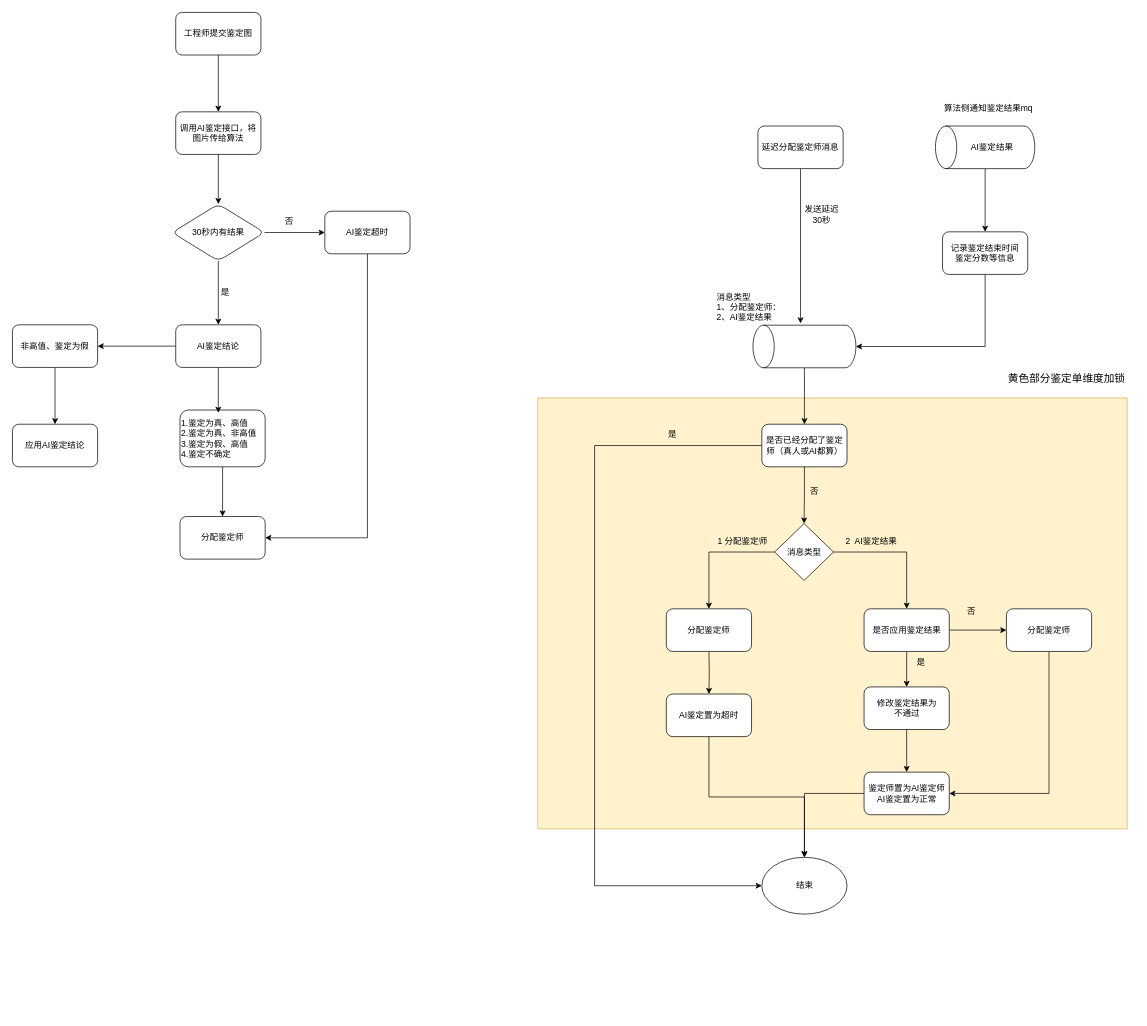
The draw.io diagram AI鉴定流程图.drawio in Eiji1422/diagrams, before the edit. Source tidied: cells renumbered, new cells numbered last; positions are measured from the earlier drawing's top-left corner, leaving out a move shared by most shapes. Both pictures are drawn from the tidied source at 71%, with x=0, y=0 at pixel (12, 12).
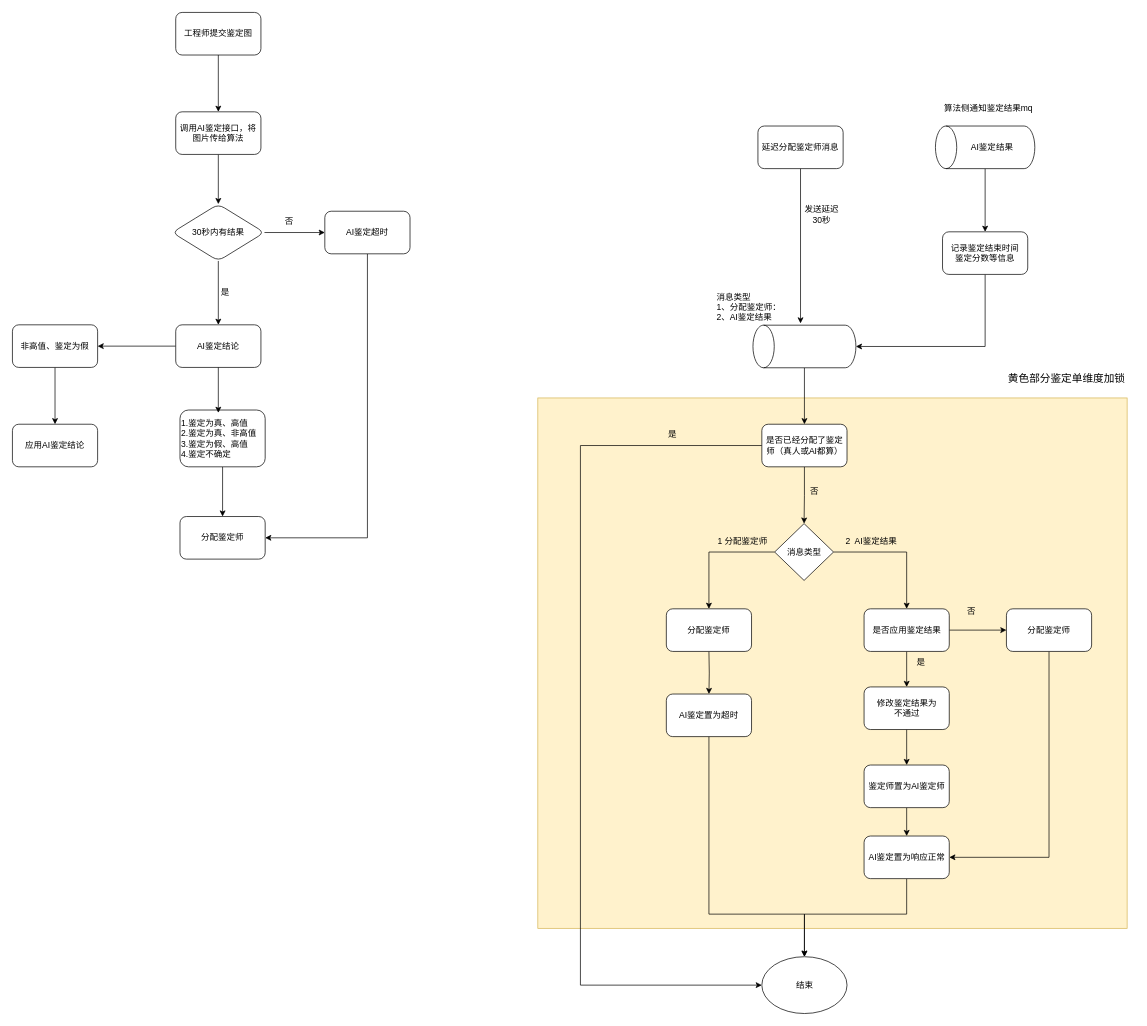
The same page after the edit.

Commit message:
更新AI鉴定流程图.drawio

Unchanged cells that the change refers to:
```xml
<mxCell id="46" value="是否已经分配了鉴定师（真人或AI都算）" style="rounded=1;whiteSpace=wrap;html=1;" parent="1" vertex="1">
  <mxGeometry x="1055.5" y="580" width="120" height="60" as="geometry" />
</mxCell>
<mxCell id="51" value="AI鉴定置为超时" style="rounded=1;whiteSpace=wrap;html=1;" parent="1" vertex="1">
  <mxGeometry x="921" y="960" width="120" height="60" as="geometry" />
</mxCell>
<mxCell id="58" value="分配鉴定师" style="whiteSpace=wrap;html=1;rounded=1;" parent="1" vertex="1">
  <mxGeometry x="1400" y="840" width="120" height="60" as="geometry" />
</mxCell>
```

What changed in the source:
```diff
@@
     <mxCell id="2" style="rounded=0;whiteSpace=wrap;html=1;labelBackgroundColor=#FFFCF2;fillColor=#fff2cc;strokeColor=#d6b656;" parent="1" vertex="1">
-      <mxGeometry x="740" y="543" width="830" height="607" as="geometry" />
+      <mxGeometry x="740" y="543" width="830" height="747" as="geometry" />
     </mxCell>
@@
     <mxCell id="45" style="edgeStyle=orthogonalEdgeStyle;rounded=0;jettySize=auto;html=1;entryX=0;entryY=0.5;entryDx=0;entryDy=0;" parent="1" edge="1" source="46" target="48">
       <mxGeometry relative="1" as="geometry">
         <Array as="points">
-          <mxPoint x="820" y="610" />
-          <mxPoint x="820" y="1230" />
+          <mxPoint x="800" y="610" />
+          <mxPoint x="800" y="1370" />
         </Array>
       </mxGeometry>
     </mxCell>
@@
     <mxCell id="48" value="结束" style="ellipse;whiteSpace=wrap;html=1;" parent="1" vertex="1">
-      <mxGeometry x="1055.5" y="1190" width="120" height="80" as="geometry" />
+      <mxGeometry x="1055.5" y="1330" width="120" height="80" as="geometry" />
     </mxCell>
@@
     <mxCell id="50" style="edgeStyle=orthogonalEdgeStyle;rounded=0;jettySize=auto;html=1;entryX=0.5;entryY=0;entryDx=0;entryDy=0;exitX=0.5;exitY=1;exitDx=0;exitDy=0;" parent="1" edge="1" source="51" target="48">
-      <mxGeometry relative="1" as="geometry" />
+      <mxGeometry relative="1" as="geometry">
+        <Array as="points">
+          <mxPoint x="981" y="1270" />
+          <mxPoint x="1116" y="1270" />
+        </Array>
+      </mxGeometry>
     </mxCell>
@@
-    <mxCell id="57" style="edgeStyle=orthogonalEdgeStyle;rounded=0;jettySize=auto;html=1;entryX=1;entryY=0.5;entryDx=0;entryDy=0;exitX=0.5;exitY=1;exitDx=0;exitDy=0;" parent="1" edge="1" source="58" target="61">
-      <mxGeometry relative="1" as="geometry" />
-    </mxCell>
+    <mxCell id="62" style="edgeStyle=orthogonalEdgeStyle;rounded=0;jettySize=auto;html=1;entryX=1;entryY=0.5;entryDx=0;entryDy=0;exitX=0.5;exitY=1;exitDx=0;exitDy=0;" parent="1" edge="1" source="58" target="65">
+      <mxGeometry relative="1" as="geometry" />
+    </mxCell>
@@
-    <mxCell id="60" style="edgeStyle=orthogonalEdgeStyle;rounded=0;jettySize=auto;html=1;" parent="1" edge="1" source="61" target="48">
-      <mxGeometry relative="1" as="geometry" />
-    </mxCell>
+    <mxCell id="63" style="edgeStyle=orthogonalEdgeStyle;rounded=0;jettySize=auto;html=1;" parent="1" edge="1" source="61" target="65">
+      <mxGeometry relative="1" as="geometry" />
+    </mxCell>
-    <mxCell id="61" value="鉴定师置为AI鉴定师&lt;br&gt;AI鉴定置为正常" style="whiteSpace=wrap;html=1;rounded=1;" parent="1" vertex="1">
-      <mxGeometry x="1199.5" y="1070" width="120" height="60" as="geometry" />
+    <mxCell id="61" value="鉴定师置为AI鉴定师" style="whiteSpace=wrap;html=1;rounded=1;" parent="1" vertex="1">
+      <mxGeometry x="1199.5" y="1060" width="120" height="60" as="geometry" />
     </mxCell>
+    <mxCell id="64" style="edgeStyle=orthogonalEdgeStyle;rounded=0;jettySize=auto;html=1;entryX=0.5;entryY=0;entryDx=0;entryDy=0;exitX=0.5;exitY=1;exitDx=0;exitDy=0;" parent="1" edge="1" source="65" target="48">
+      <mxGeometry relative="1" as="geometry">
+        <Array as="points">
+          <mxPoint x="1260" y="1270" />
+          <mxPoint x="1116" y="1270" />
+        </Array>
+      </mxGeometry>
+    </mxCell>
+    <mxCell id="65" value="AI鉴定置为响应正常" style="whiteSpace=wrap;html=1;rounded=1;" parent="1" vertex="1">
+      <mxGeometry x="1199.5" y="1160" width="120" height="60" as="geometry" />
+    </mxCell>
```
